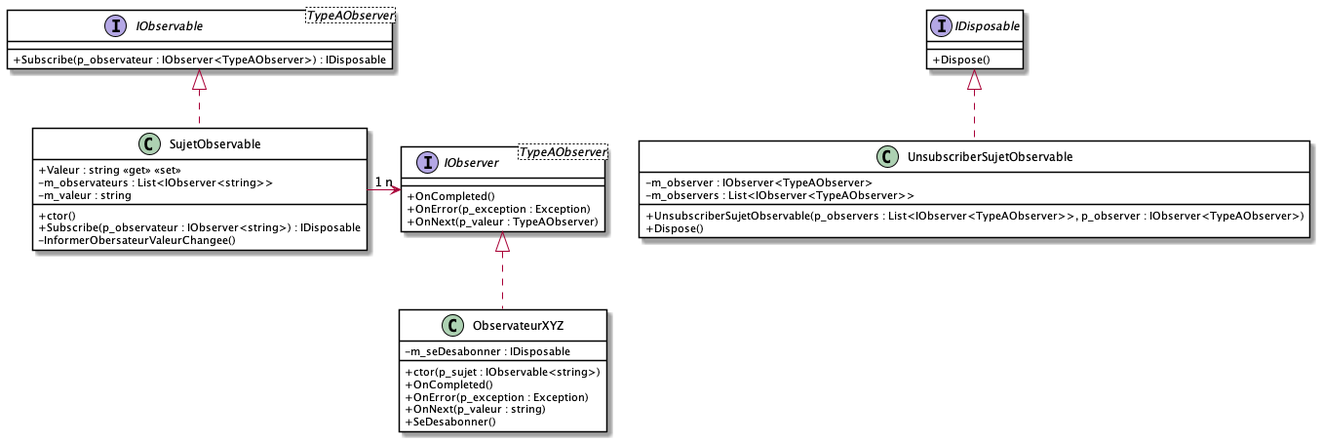
PiFou86/420-W30-SF keeps this PlantUML diagram as images/Module10_Patrons_Conception02/diag/DiagCours/DiagDTO.png. Above is the earlier version.
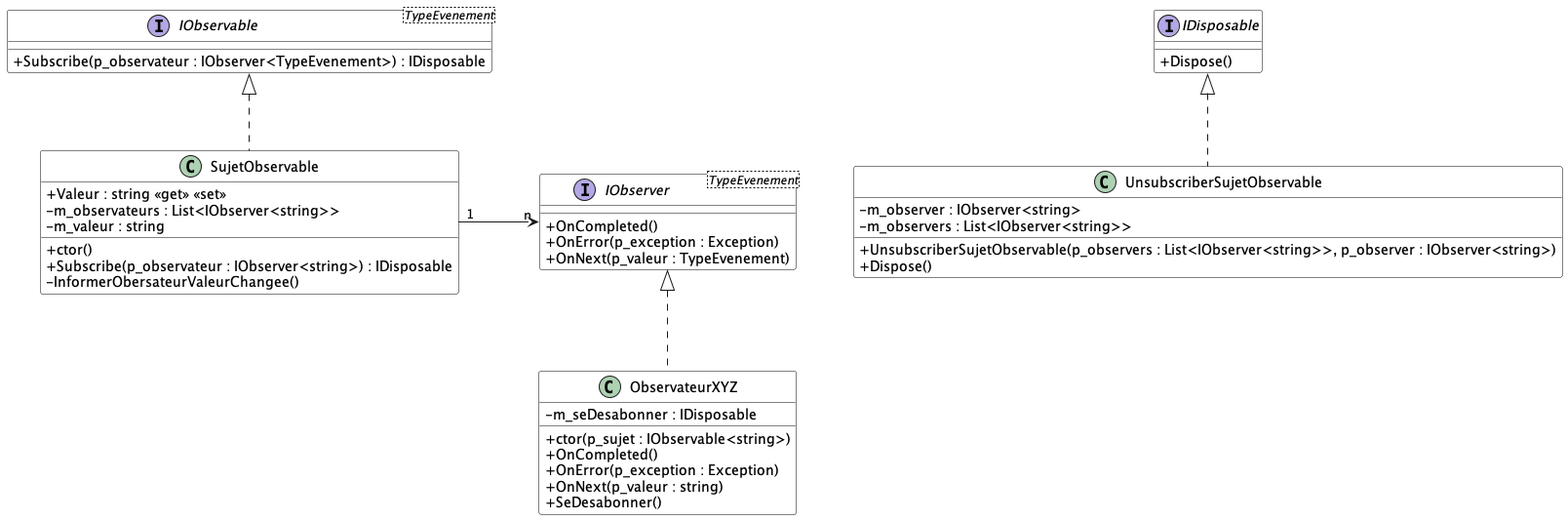
After the commit.

Diff of the diagram source:
```diff
@@ -10,14 +10,14 @@
     + Dispose()
 }
 
-interface IObservable<TypeAObserver> {
-    + Subscribe(p_observateur : IObserver<TypeAObserver>) : IDisposable
+interface IObservable<TypeEvenement> {
+    + Subscribe(p_observateur : IObserver<TypeEvenement>) : IDisposable
 }
 
-interface IObserver<TypeAObserver> {
+interface IObserver<TypeEvenement> {
     + OnCompleted()
     + OnError(p_exception : Exception)
-    + OnNext(p_valeur : TypeAObserver)
+    + OnNext(p_valeur : TypeEvenement)
 }
 
 class SujetObservable {
@@ -39,9 +39,9 @@
 }
 
 class UnsubscriberSujetObservable {
-    - m_observer : IObserver<TypeAObserver>
-    - m_observers : List<IObserver<TypeAObserver>>
-    + UnsubscriberSujetObservable(p_observers : List<IObserver<TypeAObserver>>, p_observer : IObserver<TypeAObserver>)
+    - m_observer : IObserver<string>
+    - m_observers : List<IObserver<string>>
+    + UnsubscriberSujetObservable(p_observers : List<IObserver<string>>, p_observer : IObserver<string>)
     + Dispose()
 }
 
```
